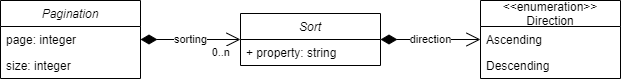
Bernardo-MG/development-docs-architecture keeps this draw.io diagram as .gitbook/assets/model_pagination.drawio.png. Above is the earlier version. Source tidied: cells renumbered, new cells last; positions are measured from the earlier drawing's top-left corner, leaving out a move shared by most shapes.
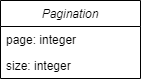
Above is the later version.

Change to the diagram source:
```diff
@@ -11,31 +11,5 @@
     <mxCell id="4" value="size: integer" style="text;strokeColor=none;fillColor=none;align=left;verticalAlign=top;spacingLeft=4;spacingRight=4;overflow=hidden;" parent="2" vertex="1">
       <mxGeometry y="52" width="140" height="26" as="geometry" />
     </mxCell>
-    <mxCell id="5" value="Sort" style="swimlane;fontStyle=2;horizontal=1;startSize=26;fillColor=none;" parent="1" vertex="1">
-      <mxGeometry x="240" y="13" width="140" height="52" as="geometry" />
-    </mxCell>
-    <mxCell id="6" value="+ property: string" style="text;strokeColor=none;fillColor=none;align=left;verticalAlign=top;spacingLeft=4;spacingRight=4;overflow=hidden;" parent="5" vertex="1">
-      <mxGeometry y="26" width="140" height="26" as="geometry" />
-    </mxCell>
-    <mxCell id="7" value="&lt;&lt;enumeration&gt;&gt;&#10;Direction" style="swimlane;fontStyle=0;horizontal=1;startSize=26;fillColor=none;" parent="1" vertex="1">
-      <mxGeometry x="480" width="140" height="78" as="geometry" />
-    </mxCell>
-    <mxCell id="8" value="Ascending" style="text;strokeColor=none;fillColor=none;align=left;verticalAlign=top;spacingLeft=4;spacingRight=4;overflow=hidden;" parent="7" vertex="1">
-      <mxGeometry y="26" width="140" height="26" as="geometry" />
-    </mxCell>
-    <mxCell id="9" value="Descending" style="text;strokeColor=none;fillColor=none;align=left;verticalAlign=top;spacingLeft=4;spacingRight=4;overflow=hidden;" parent="7" vertex="1">
-      <mxGeometry y="52" width="140" height="26" as="geometry" />
-    </mxCell>
-    <mxCell id="10" value="direction" style="endArrow=open;html=1;endSize=12;startArrow=diamondThin;startSize=14;startFill=1;edgeStyle=orthogonalEdgeStyle;rounded=0;exitX=1;exitY=0.5;exitDx=0;exitDy=0;entryX=0;entryY=0.5;entryDx=0;entryDy=0;" parent="1" edge="1" source="5" target="7">
-      <mxGeometry relative="1" as="geometry" />
-    </mxCell>
-    <mxCell id="11" value="sorting" style="endArrow=open;html=1;endSize=12;startArrow=diamondThin;startSize=14;startFill=1;edgeStyle=orthogonalEdgeStyle;rounded=0;exitX=1;exitY=0.5;exitDx=0;exitDy=0;entryX=0;entryY=0.5;entryDx=0;entryDy=0;" parent="1" edge="1" source="3" target="5">
-      <mxGeometry relative="1" as="geometry" />
-    </mxCell>
-    <mxCell id="12" value="0..n" style="edgeLabel;html=1;align=right;verticalAlign=top;" parent="11" vertex="1">
-      <mxGeometry x="1" relative="1" as="geometry">
-        <mxPoint x="-10" as="offset" />
-      </mxGeometry>
-    </mxCell>
   </root>
 </mxGraphModel>
```
